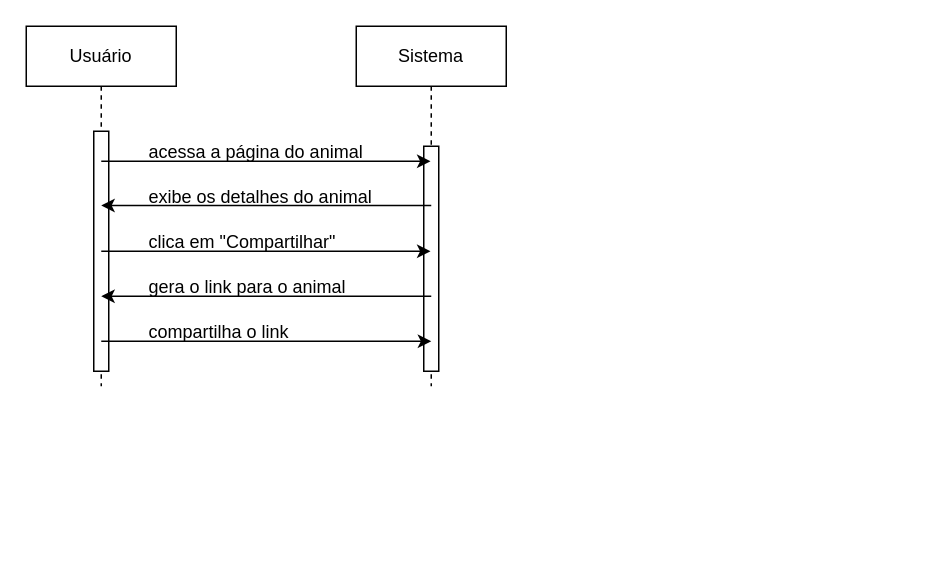
Earlier version of the draw.io diagram Diagrama de Sequência(RF009).drawio (JoaoGans/DRAW.tcc). Source tidied: cells renumbered, new cells numbered last; positions are measured from the earlier drawing's top-left corner, leaving out a move shared by most shapes. Both pictures are drawn from the tidied source at 150%, with x=0, y=0 at pixel (26, 26).
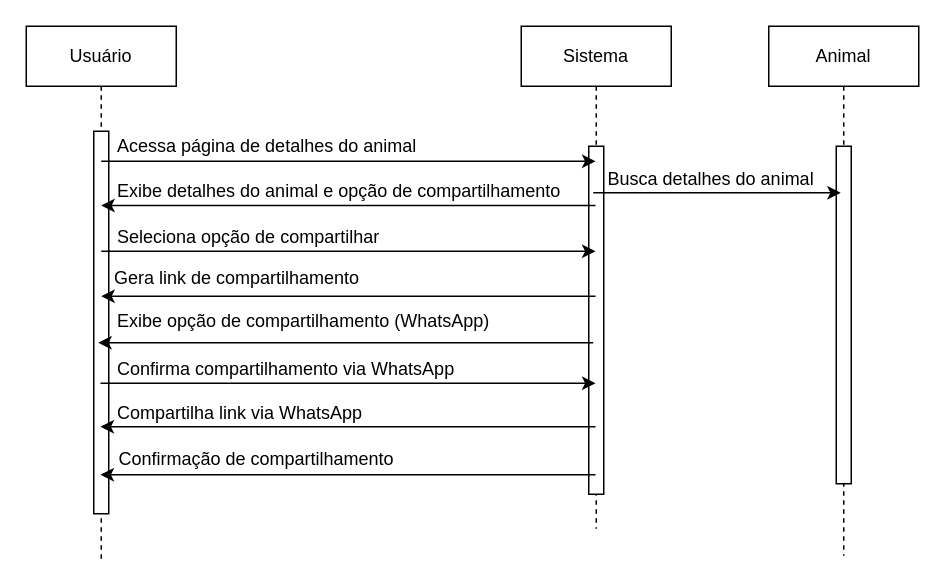
After the change.

Change to the diagram source:
```diff
@@
     <mxCell id="2" value="Usuário" style="shape=umlLifeline;perimeter=lifelinePerimeter;whiteSpace=wrap;html=1;newEdgeStyle={&quot;edgeStyle&quot;:&quot;elbowEdgeStyle&quot;,&quot;elbow&quot;:&quot;vertical&quot;,&quot;curved&quot;:0,&quot;rounded&quot;:0};" parent="1" vertex="1">
-      <mxGeometry width="100" height="240" as="geometry" />
+      <mxGeometry width="100" height="355" as="geometry" />
     </mxCell>
     <mxCell id="3" style="html=1;perimeter=orthogonalPerimeter;targetShapes=umlLifeline;newEdgeStyle={&quot;edgeStyle&quot;:&quot;elbowEdgeStyle&quot;,&quot;elbow&quot;:&quot;vertical&quot;,&quot;curved&quot;:0,&quot;rounded&quot;:0};" parent="2" vertex="1">
-      <mxGeometry x="45" y="70" width="10" height="160" as="geometry" />
+      <mxGeometry x="45" y="70" width="10" height="255" as="geometry" />
     </mxCell>
     <mxCell id="4" value="Sistema" style="shape=umlLifeline;perimeter=lifelinePerimeter;whiteSpace=wrap;html=1;outlineConnect=0;portConstraint=eastwest;newEdgeStyle={&quot;edgeStyle&quot;:&quot;elbowEdgeStyle&quot;,&quot;elbow&quot;:&quot;vertical&quot;,&quot;curved&quot;:0,&quot;rounded&quot;:0};" parent="1" vertex="1">
-      <mxGeometry x="220" width="100" height="240" as="geometry" />
+      <mxGeometry x="330" width="100" height="335" as="geometry" />
     </mxCell>
     <mxCell id="5" style="html=1;perimeter=orthogonalPerimeter;targetShapes=umlLifeline;newEdgeStyle={&quot;edgeStyle&quot;:&quot;elbowEdgeStyle&quot;,&quot;elbow&quot;:&quot;vertical&quot;,&quot;curved&quot;:0,&quot;rounded&quot;:0};" parent="4" vertex="1">
-      <mxGeometry x="45" y="80" width="10" height="150" as="geometry" />
+      <mxGeometry x="45" y="80" width="10" height="232" as="geometry" />
     </mxCell>
-    <mxCell id="6" style="endArrow=classic;html=1;rounded=0;" parent="1" edge="1">
+    <mxCell id="6" style="endArrow=classic;html=1;rounded=0;" parent="1" edge="1" target="4">
       <mxGeometry relative="1" as="geometry">
         <mxPoint x="50" y="90" as="sourcePoint" />
-        <mxPoint x="269.5" y="90" as="targetPoint" />
       </mxGeometry>
     </mxCell>
-    <mxCell id="7" style="endArrow=classic;html=1;rounded=0;" parent="1" edge="1">
+    <mxCell id="7" style="endArrow=classic;html=1;rounded=0;" parent="1" edge="1" source="4">
       <mxGeometry relative="1" as="geometry">
-        <mxPoint x="270" y="119.5" as="sourcePoint" />
         <mxPoint x="50" y="119.5" as="targetPoint" />
       </mxGeometry>
     </mxCell>
-    <mxCell id="8" value="acessa a página do animal" style="text;whiteSpace=wrap;html=1;" parent="1" vertex="1">
-      <mxGeometry x="80" y="70" width="180" height="40" as="geometry" />
+    <mxCell id="8" value="Acessa página de detalhes do animal" style="text;whiteSpace=wrap;html=1;" parent="1" vertex="1">
+      <mxGeometry x="59" y="66" width="212" height="24" as="geometry" />
     </mxCell>
-    <mxCell id="9" value="exibe os detalhes do animal" style="text;whiteSpace=wrap;html=1;" parent="1" vertex="1">
-      <mxGeometry x="80" y="100" width="180" height="40" as="geometry" />
+    <mxCell id="9" value="Exibe detalhes do animal e opção de compartilhamento" style="text;whiteSpace=wrap;html=1;" parent="1" vertex="1">
+      <mxGeometry x="59" y="96" width="311" height="19" as="geometry" />
     </mxCell>
-    <mxCell id="10" style="endArrow=classic;html=1;rounded=0;" parent="1" edge="1">
+    <mxCell id="10" style="endArrow=classic;html=1;rounded=0;" parent="1" edge="1" target="4">
       <mxGeometry relative="1" as="geometry">
         <mxPoint x="50" y="150" as="sourcePoint" />
-        <mxPoint x="269.5" y="150" as="targetPoint" />
       </mxGeometry>
     </mxCell>
-    <mxCell id="11" value="clica em &quot;Compartilhar&quot;" style="text;whiteSpace=wrap;html=1;" parent="1" vertex="1">
-      <mxGeometry x="80" y="130" width="160" height="40" as="geometry" />
+    <mxCell id="11" value="Seleciona opção de compartilhar" style="text;whiteSpace=wrap;html=1;" parent="1" vertex="1">
+      <mxGeometry x="59" y="127" width="299" height="12" as="geometry" />
     </mxCell>
-    <mxCell id="12" style="endArrow=classic;html=1;rounded=0;" parent="1" edge="1">
+    <mxCell id="12" style="endArrow=classic;html=1;rounded=0;" parent="1" edge="1" source="4">
       <mxGeometry relative="1" as="geometry">
-        <mxPoint x="270" y="180" as="sourcePoint" />
         <mxPoint x="50" y="180" as="targetPoint" />
       </mxGeometry>
     </mxCell>
-    <mxCell id="13" value="gera o link para o animal" style="text;whiteSpace=wrap;html=1;" parent="1" vertex="1">
-      <mxGeometry x="80" y="160" width="160" height="40" as="geometry" />
+    <mxCell id="13" value="Gera link de compartilhamento" style="text;whiteSpace=wrap;html=1;" parent="1" vertex="1">
+      <mxGeometry x="57" y="154" width="209" height="22" as="geometry" />
     </mxCell>
-    <mxCell id="14" value="compartilha o link" style="text;whiteSpace=wrap;html=1;" parent="1" vertex="1">
-      <mxGeometry x="80" y="190" width="130" height="40" as="geometry" />
+    <mxCell id="14" value="Exibe opção de compartilhamento (WhatsApp)" style="text;whiteSpace=wrap;html=1;" parent="1" vertex="1">
+      <mxGeometry x="59" y="183" width="308" height="21" as="geometry" />
     </mxCell>
     <mxCell id="15" style="endArrow=classic;html=1;rounded=0;" parent="1" edge="1">
       <mxGeometry relative="1" as="geometry">
-        <mxPoint x="50" y="210" as="sourcePoint" />
-        <mxPoint x="270" y="210" as="targetPoint" />
+        <mxPoint x="378" y="211" as="sourcePoint" />
+        <mxPoint x="48" y="211" as="targetPoint" />
       </mxGeometry>
     </mxCell>
+    <mxCell id="16" value="Animal" style="shape=umlLifeline;perimeter=lifelinePerimeter;whiteSpace=wrap;html=1;newEdgeStyle={&quot;edgeStyle&quot;:&quot;elbowEdgeStyle&quot;,&quot;elbow&quot;:&quot;vertical&quot;,&quot;curved&quot;:0,&quot;rounded&quot;:0};" parent="1" vertex="1">
+      <mxGeometry x="495" width="100" height="353" as="geometry" />
+    </mxCell>
+    <mxCell id="17" style="html=1;perimeter=orthogonalPerimeter;targetShapes=umlLifeline;newEdgeStyle={&quot;edgeStyle&quot;:&quot;elbowEdgeStyle&quot;,&quot;elbow&quot;:&quot;vertical&quot;,&quot;curved&quot;:0,&quot;rounded&quot;:0};" parent="16" vertex="1">
+      <mxGeometry x="45" y="80" width="10" height="225" as="geometry" />
+    </mxCell>
+    <mxCell id="18" value="Busca detalhes do animal" style="text;whiteSpace=wrap;" parent="1" vertex="1">
+      <mxGeometry x="386" y="88" width="165" height="36" as="geometry" />
+    </mxCell>
+    <mxCell id="19" value="Confirma compartilhamento via WhatsApp" style="text;whiteSpace=wrap;" parent="1" vertex="1">
+      <mxGeometry x="59" y="215" width="253" height="36" as="geometry" />
+    </mxCell>
+    <mxCell id="20" style="endArrow=classic;html=1;rounded=0;" parent="1" edge="1">
+      <mxGeometry relative="1" as="geometry">
+        <mxPoint x="49.5" y="238" as="sourcePoint" />
+        <mxPoint x="379.5" y="238" as="targetPoint" />
+      </mxGeometry>
+    </mxCell>
+    <mxCell id="21" value="Compartilha link via WhatsApp" style="text;whiteSpace=wrap;" parent="1" vertex="1">
+      <mxGeometry x="59" y="244" width="191" height="36" as="geometry" />
+    </mxCell>
+    <mxCell id="22" style="endArrow=classic;html=1;rounded=0;" parent="1" edge="1">
+      <mxGeometry relative="1" as="geometry">
+        <mxPoint x="379.5" y="267" as="sourcePoint" />
+        <mxPoint x="49.5" y="267" as="targetPoint" />
+      </mxGeometry>
+    </mxCell>
+    <mxCell id="23" style="endArrow=classic;html=1;rounded=0;" parent="1" edge="1">
+      <mxGeometry relative="1" as="geometry">
+        <mxPoint x="378" y="111" as="sourcePoint" />
+        <mxPoint x="543" y="111" as="targetPoint" />
+      </mxGeometry>
+    </mxCell>
+    <mxCell id="24" value="Confirmação de compartilhamento" style="text;whiteSpace=wrap;" parent="1" vertex="1">
+      <mxGeometry x="60" y="275" width="211" height="36" as="geometry" />
+    </mxCell>
+    <mxCell id="25" style="endArrow=classic;html=1;rounded=0;" parent="1" edge="1">
+      <mxGeometry relative="1" as="geometry">
+        <mxPoint x="379.5" y="299" as="sourcePoint" />
+        <mxPoint x="49.5" y="299" as="targetPoint" />
+      </mxGeometry>
+    </mxCell>
```
